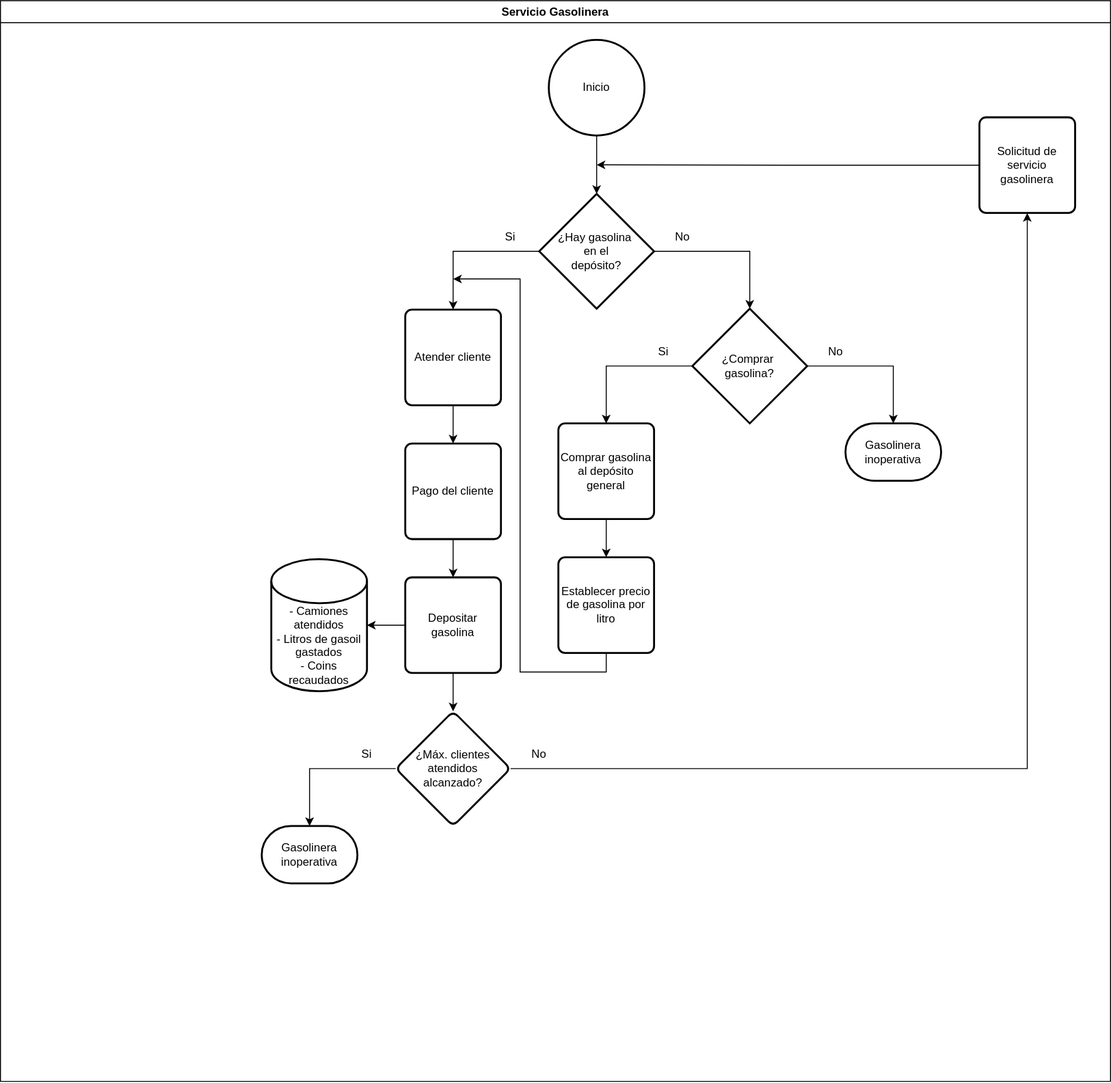
The draw.io diagram Gasolineras.svg in JuanLuisCorrea/Diagramas-de-flujo-para-servicios---WoT, before a commit. Source tidied: cells renumbered, new cells last; positions are measured from the earlier drawing's top-left corner, leaving out a move shared by most shapes.
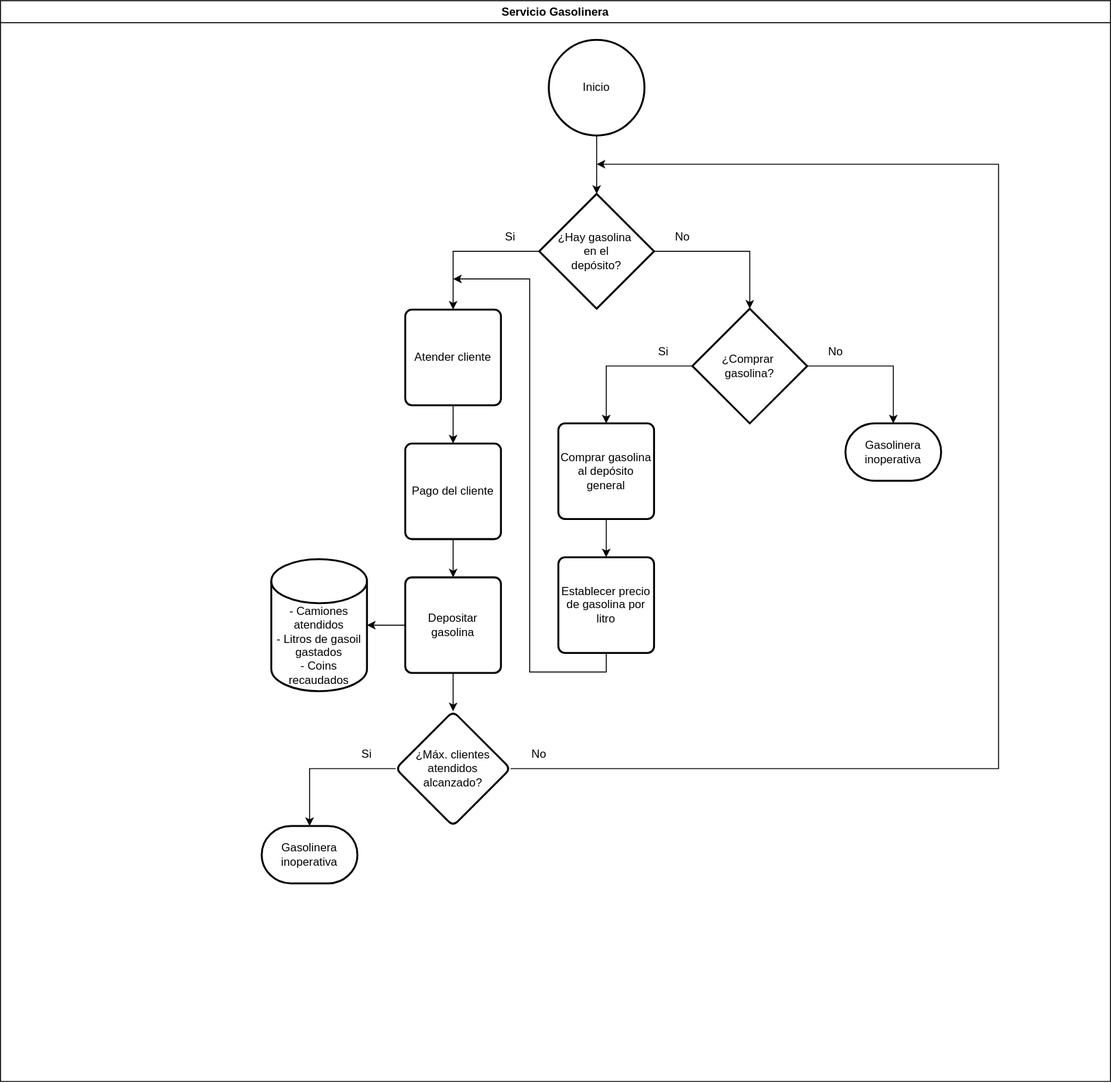
The same diagram one commit later.

Diff of the diagram source:
```diff
@@ -101,23 +101,22 @@
     <mxCell id="31" style="edgeStyle=orthogonalEdgeStyle;rounded=0;jettySize=auto;html=1;exitX=0.5;exitY=1;exitDx=0;exitDy=0;exitPerimeter=0;" parent="2" edge="1" source="12" target="27">
       <mxGeometry relative="1" as="geometry" />
     </mxCell>
-    <mxCell id="32" value="Solicitud de servicio gasolinera" style="rounded=1;whiteSpace=wrap;html=1;absoluteArcSize=1;arcSize=14;strokeWidth=2;glass=0;" parent="2" vertex="1">
-      <mxGeometry x="1023" y="122" width="100" height="100" as="geometry" />
-    </mxCell>
-    <mxCell id="33" style="edgeStyle=orthogonalEdgeStyle;rounded=0;jettySize=auto;html=1;exitX=0;exitY=0.5;exitDx=0;exitDy=0;" parent="2" edge="1" source="32">
-      <mxGeometry relative="1" as="geometry">
-        <mxPoint x="623" y="171.7" as="targetPoint" />
-      </mxGeometry>
-    </mxCell>
-    <mxCell id="34" style="edgeStyle=orthogonalEdgeStyle;rounded=0;jettySize=auto;html=1;exitX=1;exitY=0.5;exitDx=0;exitDy=0;entryX=0.5;entryY=1;entryDx=0;entryDy=0;" parent="2" edge="1" source="22" target="32">
-      <mxGeometry relative="1" as="geometry" />
+    <mxCell id="34" style="edgeStyle=orthogonalEdgeStyle;rounded=0;jettySize=auto;html=1;exitX=1;exitY=0.5;exitDx=0;exitDy=0;" parent="2" edge="1" source="22">
+      <mxGeometry relative="1" as="geometry">
+        <mxPoint x="623" y="171" as="targetPoint" />
+        <Array as="points">
+          <mxPoint x="1043" y="803" />
+          <mxPoint x="1043" y="171" />
+        </Array>
+      </mxGeometry>
     </mxCell>
     <mxCell id="35" style="edgeStyle=orthogonalEdgeStyle;rounded=0;jettySize=auto;html=1;exitX=0.5;exitY=1;exitDx=0;exitDy=0;" parent="1" edge="1" source="7">
       <mxGeometry relative="1" as="geometry">
         <mxPoint x="473" y="291" as="targetPoint" />
         <Array as="points">
           <mxPoint x="633" y="702" />
-          <mxPoint x="543" y="702" />
+          <mxPoint x="553" y="702" />
+          <mxPoint x="553" y="291" />
         </Array>
       </mxGeometry>
     </mxCell>
```
